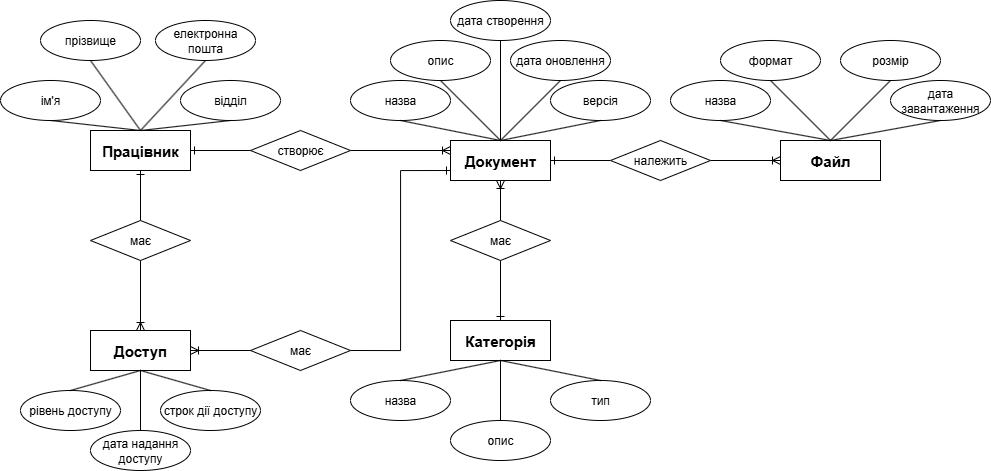
Pixe1Pa1/Databases_course keeps this draw.io diagram as lab1/BDLAB1_1.drawio.png. Above is the earlier version. Source tidied: cells renumbered, new cells last; positions are measured from the earlier drawing's top-left corner, leaving out a move shared by most shapes. The source it was exported from:
```xml
<mxGraphModel>
  <root>
    <mxCell id="0" />
    <mxCell id="1" parent="0" />
    <mxCell id="2" style="edgeStyle=orthogonalEdgeStyle;rounded=0;jettySize=auto;html=1;exitX=0.5;exitY=1;exitDx=0;exitDy=0;entryX=0.5;entryY=0;entryDx=0;entryDy=0;endArrow=none;endFill=0;startArrow=ERoneToMany;startFill=0;" parent="1" edge="1" source="4" target="53">
      <mxGeometry relative="1" as="geometry" />
    </mxCell>
    <mxCell id="3" style="edgeStyle=orthogonalEdgeStyle;rounded=0;jettySize=auto;html=1;exitX=1;exitY=0.5;exitDx=0;exitDy=0;endArrow=none;endFill=0;startArrow=ERone;startFill=0;" parent="1" edge="1" source="4" target="55">
      <mxGeometry relative="1" as="geometry" />
    </mxCell>
    <mxCell id="4" value="&lt;div style=&quot;text-align: left;&quot;&gt;&lt;span style=&quot;background-color: transparent; color: light-dark(rgb(0, 0, 0), rgb(255, 255, 255)); font-size: 15px;&quot;&gt;&lt;b&gt;Документ&lt;/b&gt;&lt;/span&gt;&lt;/div&gt;" style="whiteSpace=wrap;html=1;align=center;" parent="1" vertex="1">
      <mxGeometry x="450" y="140" width="100" height="40" as="geometry" />
    </mxCell>
    <mxCell id="5" style="rounded=0;jettySize=auto;html=1;entryX=0.5;entryY=1;entryDx=0;entryDy=0;endArrow=none;endFill=0;exitX=0.5;exitY=0;exitDx=0;exitDy=0;" parent="1" edge="1" source="8" target="13">
      <mxGeometry relative="1" as="geometry" />
    </mxCell>
    <mxCell id="6" style="edgeStyle=orthogonalEdgeStyle;rounded=0;jettySize=auto;html=1;exitX=1;exitY=0.5;exitDx=0;exitDy=0;entryX=0;entryY=0.5;entryDx=0;entryDy=0;endArrow=none;endFill=0;startArrow=ERone;startFill=0;" parent="1" edge="1" source="8" target="51">
      <mxGeometry relative="1" as="geometry" />
    </mxCell>
    <mxCell id="7" style="edgeStyle=orthogonalEdgeStyle;rounded=0;jettySize=auto;html=1;exitX=0.5;exitY=1;exitDx=0;exitDy=0;entryX=0.5;entryY=0;entryDx=0;entryDy=0;endArrow=none;endFill=0;startArrow=ERone;startFill=0;" parent="1" edge="1" source="8" target="57">
      <mxGeometry relative="1" as="geometry" />
    </mxCell>
    <mxCell id="8" value="&lt;strong style=&quot;font-size: 15px; text-align: left;&quot;&gt;Працівник&lt;/strong&gt;" style="whiteSpace=wrap;html=1;align=center;" parent="1" vertex="1">
      <mxGeometry x="90" y="130" width="100" height="40" as="geometry" />
    </mxCell>
    <mxCell id="9" value="&lt;strong style=&quot;font-size: 15px; text-align: left;&quot;&gt;Категорія&lt;/strong&gt;" style="whiteSpace=wrap;html=1;align=center;" parent="1" vertex="1">
      <mxGeometry x="450" y="320" width="100" height="40" as="geometry" />
    </mxCell>
    <mxCell id="10" value="&lt;strong style=&quot;font-size: 15px; text-align: left;&quot;&gt;Файл&lt;/strong&gt;" style="whiteSpace=wrap;html=1;align=center;" parent="1" vertex="1">
      <mxGeometry x="780" y="140" width="100" height="40" as="geometry" />
    </mxCell>
    <mxCell id="11" style="edgeStyle=orthogonalEdgeStyle;rounded=0;jettySize=auto;html=1;exitX=1;exitY=0.5;exitDx=0;exitDy=0;entryX=0;entryY=0.75;entryDx=0;entryDy=0;startArrow=none;startFill=0;endArrow=ERone;endFill=0;" parent="1" edge="1" source="59" target="4">
      <mxGeometry relative="1" as="geometry">
        <Array as="points">
          <mxPoint x="400" y="350" />
          <mxPoint x="400" y="170" />
        </Array>
      </mxGeometry>
    </mxCell>
    <mxCell id="12" value="&lt;strong style=&quot;font-size: 15px; text-align: left;&quot;&gt;Доступ&lt;/strong&gt;" style="whiteSpace=wrap;html=1;align=center;" parent="1" vertex="1">
      <mxGeometry x="90" y="330" width="100" height="40" as="geometry" />
    </mxCell>
    <mxCell id="13" value="ім'я" style="ellipse;whiteSpace=wrap;html=1;align=center;" parent="1" vertex="1">
      <mxGeometry y="80" width="100" height="40" as="geometry" />
    </mxCell>
    <mxCell id="14" value="прізвище" style="ellipse;whiteSpace=wrap;html=1;align=center;" parent="1" vertex="1">
      <mxGeometry x="40" y="20" width="100" height="40" as="geometry" />
    </mxCell>
    <mxCell id="15" value="електронна пошта" style="ellipse;whiteSpace=wrap;html=1;align=center;" parent="1" vertex="1">
      <mxGeometry x="155" y="20" width="100" height="40" as="geometry" />
    </mxCell>
    <mxCell id="16" value="відділ" style="ellipse;whiteSpace=wrap;html=1;align=center;" parent="1" vertex="1">
      <mxGeometry x="180" y="80" width="100" height="40" as="geometry" />
    </mxCell>
    <mxCell id="17" style="rounded=0;jettySize=auto;html=1;exitX=0.5;exitY=0;exitDx=0;exitDy=0;entryX=0.5;entryY=1;entryDx=0;entryDy=0;endArrow=none;endFill=0;" parent="1" edge="1" source="8" target="14">
      <mxGeometry relative="1" as="geometry" />
    </mxCell>
    <mxCell id="18" style="rounded=0;jettySize=auto;html=1;exitX=0.5;exitY=0;exitDx=0;exitDy=0;entryX=0.5;entryY=1;entryDx=0;entryDy=0;endArrow=none;endFill=0;" parent="1" edge="1" source="8" target="15">
      <mxGeometry relative="1" as="geometry" />
    </mxCell>
    <mxCell id="19" style="rounded=0;jettySize=auto;html=1;exitX=0.5;exitY=0;exitDx=0;exitDy=0;entryX=0.5;entryY=1;entryDx=0;entryDy=0;endArrow=none;endFill=0;" parent="1" edge="1" source="8" target="16">
      <mxGeometry relative="1" as="geometry" />
    </mxCell>
    <mxCell id="20" value="назва" style="ellipse;whiteSpace=wrap;html=1;align=center;" parent="1" vertex="1">
      <mxGeometry x="350" y="80" width="100" height="40" as="geometry" />
    </mxCell>
    <mxCell id="21" value="опис" style="ellipse;whiteSpace=wrap;html=1;align=center;" parent="1" vertex="1">
      <mxGeometry x="390" y="40" width="100" height="40" as="geometry" />
    </mxCell>
    <mxCell id="22" value="дата створення" style="ellipse;whiteSpace=wrap;html=1;align=center;" parent="1" vertex="1">
      <mxGeometry x="450" width="100" height="40" as="geometry" />
    </mxCell>
    <mxCell id="23" value="дата оновлення" style="ellipse;whiteSpace=wrap;html=1;align=center;" parent="1" vertex="1">
      <mxGeometry x="510" y="40" width="100" height="40" as="geometry" />
    </mxCell>
    <mxCell id="24" value="версія" style="ellipse;whiteSpace=wrap;html=1;align=center;" parent="1" vertex="1">
      <mxGeometry x="550" y="80" width="100" height="40" as="geometry" />
    </mxCell>
    <mxCell id="25" style="rounded=0;jettySize=auto;html=1;exitX=0.5;exitY=1;exitDx=0;exitDy=0;entryX=0.5;entryY=0;entryDx=0;entryDy=0;endArrow=none;endFill=0;" parent="1" edge="1" source="22" target="4">
      <mxGeometry relative="1" as="geometry" />
    </mxCell>
    <mxCell id="26" style="rounded=0;jettySize=auto;html=1;exitX=0.5;exitY=1;exitDx=0;exitDy=0;entryX=0.5;entryY=0;entryDx=0;entryDy=0;endArrow=none;endFill=0;" parent="1" edge="1" source="23" target="4">
      <mxGeometry relative="1" as="geometry" />
    </mxCell>
    <mxCell id="27" style="rounded=0;jettySize=auto;html=1;exitX=0.5;exitY=1;exitDx=0;exitDy=0;entryX=0.5;entryY=0;entryDx=0;entryDy=0;endArrow=none;endFill=0;" parent="1" edge="1" source="24" target="4">
      <mxGeometry relative="1" as="geometry" />
    </mxCell>
    <mxCell id="28" style="rounded=0;jettySize=auto;html=1;exitX=0.5;exitY=0;exitDx=0;exitDy=0;entryX=0.5;entryY=1;entryDx=0;entryDy=0;endArrow=none;endFill=0;" parent="1" edge="1" source="4" target="21">
      <mxGeometry relative="1" as="geometry" />
    </mxCell>
    <mxCell id="29" style="rounded=0;jettySize=auto;html=1;exitX=0.5;exitY=0;exitDx=0;exitDy=0;entryX=0.5;entryY=1;entryDx=0;entryDy=0;endArrow=none;endFill=0;" parent="1" edge="1" source="4" target="20">
      <mxGeometry relative="1" as="geometry" />
    </mxCell>
    <mxCell id="30" value="назва" style="ellipse;whiteSpace=wrap;html=1;align=center;" parent="1" vertex="1">
      <mxGeometry x="350" y="380" width="100" height="40" as="geometry" />
    </mxCell>
    <mxCell id="31" value="опис" style="ellipse;whiteSpace=wrap;html=1;align=center;" parent="1" vertex="1">
      <mxGeometry x="450" y="420" width="100" height="40" as="geometry" />
    </mxCell>
    <mxCell id="32" value="тип" style="ellipse;whiteSpace=wrap;html=1;align=center;" parent="1" vertex="1">
      <mxGeometry x="550" y="380" width="100" height="40" as="geometry" />
    </mxCell>
    <mxCell id="33" style="rounded=0;jettySize=auto;html=1;exitX=0.5;exitY=0;exitDx=0;exitDy=0;entryX=0.5;entryY=1;entryDx=0;entryDy=0;endArrow=none;endFill=0;" parent="1" edge="1" source="32" target="9">
      <mxGeometry relative="1" as="geometry" />
    </mxCell>
    <mxCell id="34" style="rounded=0;jettySize=auto;html=1;exitX=0.5;exitY=1;exitDx=0;exitDy=0;entryX=0.5;entryY=0;entryDx=0;entryDy=0;endArrow=none;endFill=0;" parent="1" edge="1" source="9" target="31">
      <mxGeometry relative="1" as="geometry" />
    </mxCell>
    <mxCell id="35" style="rounded=0;jettySize=auto;html=1;exitX=0.5;exitY=1;exitDx=0;exitDy=0;entryX=0.5;entryY=0;entryDx=0;entryDy=0;endArrow=none;endFill=0;" parent="1" edge="1" source="9" target="30">
      <mxGeometry relative="1" as="geometry" />
    </mxCell>
    <mxCell id="36" value="назва" style="ellipse;whiteSpace=wrap;html=1;align=center;" parent="1" vertex="1">
      <mxGeometry x="670" y="80" width="100" height="40" as="geometry" />
    </mxCell>
    <mxCell id="37" value="формат" style="ellipse;whiteSpace=wrap;html=1;align=center;" parent="1" vertex="1">
      <mxGeometry x="720" y="40" width="100" height="40" as="geometry" />
    </mxCell>
    <mxCell id="38" value="розмір" style="ellipse;whiteSpace=wrap;html=1;align=center;" parent="1" vertex="1">
      <mxGeometry x="840" y="40" width="100" height="40" as="geometry" />
    </mxCell>
    <mxCell id="39" value="дата завантаження" style="ellipse;whiteSpace=wrap;html=1;align=center;" parent="1" vertex="1">
      <mxGeometry x="890" y="80" width="100" height="40" as="geometry" />
    </mxCell>
    <mxCell id="40" style="rounded=0;jettySize=auto;html=1;exitX=0.5;exitY=0;exitDx=0;exitDy=0;entryX=0.5;entryY=1;entryDx=0;entryDy=0;endArrow=none;endFill=0;" parent="1" edge="1" source="10" target="36">
      <mxGeometry relative="1" as="geometry" />
    </mxCell>
    <mxCell id="41" style="rounded=0;jettySize=auto;html=1;exitX=0.5;exitY=0;exitDx=0;exitDy=0;entryX=0.5;entryY=1;entryDx=0;entryDy=0;endArrow=none;endFill=0;" parent="1" edge="1" source="10" target="37">
      <mxGeometry relative="1" as="geometry" />
    </mxCell>
    <mxCell id="42" style="rounded=0;jettySize=auto;html=1;exitX=0.5;exitY=1;exitDx=0;exitDy=0;endArrow=none;endFill=0;entryX=0.5;entryY=0;entryDx=0;entryDy=0;" parent="1" edge="1" source="38" target="10">
      <mxGeometry relative="1" as="geometry" />
    </mxCell>
    <mxCell id="43" style="rounded=0;jettySize=auto;html=1;exitX=0.5;exitY=1;exitDx=0;exitDy=0;entryX=0.5;entryY=0;entryDx=0;entryDy=0;endArrow=none;endFill=0;" parent="1" edge="1" source="39" target="10">
      <mxGeometry relative="1" as="geometry" />
    </mxCell>
    <mxCell id="44" value="рівень доступу" style="ellipse;whiteSpace=wrap;html=1;align=center;" parent="1" vertex="1">
      <mxGeometry x="20" y="390" width="100" height="40" as="geometry" />
    </mxCell>
    <mxCell id="45" value="дата надання доступу" style="ellipse;whiteSpace=wrap;html=1;align=center;" parent="1" vertex="1">
      <mxGeometry x="90" y="430" width="100" height="40" as="geometry" />
    </mxCell>
    <mxCell id="46" value="строк дії доступу" style="ellipse;whiteSpace=wrap;html=1;align=center;" parent="1" vertex="1">
      <mxGeometry x="160" y="390" width="100" height="40" as="geometry" />
    </mxCell>
    <mxCell id="47" style="rounded=0;jettySize=auto;html=1;exitX=0.5;exitY=1;exitDx=0;exitDy=0;entryX=0.5;entryY=0;entryDx=0;entryDy=0;endArrow=none;endFill=0;" parent="1" edge="1" source="12" target="44">
      <mxGeometry relative="1" as="geometry" />
    </mxCell>
    <mxCell id="48" style="rounded=0;jettySize=auto;html=1;exitX=0.5;exitY=1;exitDx=0;exitDy=0;entryX=0.5;entryY=0;entryDx=0;entryDy=0;endArrow=none;endFill=0;" parent="1" edge="1" source="12" target="45">
      <mxGeometry relative="1" as="geometry" />
    </mxCell>
    <mxCell id="49" style="rounded=0;jettySize=auto;html=1;exitX=0.5;exitY=1;exitDx=0;exitDy=0;entryX=0.5;entryY=0;entryDx=0;entryDy=0;endArrow=none;endFill=0;" parent="1" edge="1" source="12" target="46">
      <mxGeometry relative="1" as="geometry" />
    </mxCell>
    <mxCell id="50" style="edgeStyle=orthogonalEdgeStyle;rounded=0;jettySize=auto;html=1;exitX=1;exitY=0.5;exitDx=0;exitDy=0;endArrow=ERoneToMany;endFill=0;entryX=0;entryY=0.25;entryDx=0;entryDy=0;" parent="1" edge="1" source="51" target="4">
      <mxGeometry relative="1" as="geometry" />
    </mxCell>
    <mxCell id="51" value="створює" style="rhombus;whiteSpace=wrap;html=1;" parent="1" vertex="1">
      <mxGeometry x="250" y="130" width="100" height="40" as="geometry" />
    </mxCell>
    <mxCell id="52" style="edgeStyle=orthogonalEdgeStyle;rounded=0;jettySize=auto;html=1;exitX=0.5;exitY=1;exitDx=0;exitDy=0;entryX=0.5;entryY=0;entryDx=0;entryDy=0;endArrow=ERone;endFill=0;" parent="1" edge="1" source="53" target="9">
      <mxGeometry relative="1" as="geometry" />
    </mxCell>
    <mxCell id="53" value="має" style="rhombus;whiteSpace=wrap;html=1;" parent="1" vertex="1">
      <mxGeometry x="450" y="220" width="100" height="40" as="geometry" />
    </mxCell>
    <mxCell id="54" style="edgeStyle=orthogonalEdgeStyle;rounded=0;jettySize=auto;html=1;exitX=1;exitY=0.5;exitDx=0;exitDy=0;entryX=0;entryY=0.5;entryDx=0;entryDy=0;endArrow=ERoneToMany;endFill=0;" parent="1" edge="1" source="55" target="10">
      <mxGeometry relative="1" as="geometry" />
    </mxCell>
    <mxCell id="55" value="належить" style="rhombus;whiteSpace=wrap;html=1;" parent="1" vertex="1">
      <mxGeometry x="610" y="140" width="100" height="40" as="geometry" />
    </mxCell>
    <mxCell id="56" style="edgeStyle=orthogonalEdgeStyle;rounded=0;jettySize=auto;html=1;exitX=0.5;exitY=1;exitDx=0;exitDy=0;entryX=0.5;entryY=0;entryDx=0;entryDy=0;endArrow=ERoneToMany;endFill=0;" parent="1" edge="1" source="57" target="12">
      <mxGeometry relative="1" as="geometry" />
    </mxCell>
    <mxCell id="57" value="має" style="rhombus;whiteSpace=wrap;html=1;" parent="1" vertex="1">
      <mxGeometry x="90" y="220" width="100" height="40" as="geometry" />
    </mxCell>
    <mxCell id="58" style="edgeStyle=orthogonalEdgeStyle;rounded=0;jettySize=auto;html=1;exitX=1;exitY=0.5;exitDx=0;exitDy=0;entryX=0;entryY=0.5;entryDx=0;entryDy=0;startArrow=ERoneToMany;startFill=0;endArrow=none;endFill=0;" parent="1" edge="1" source="12" target="59">
      <mxGeometry relative="1" as="geometry" />
    </mxCell>
    <mxCell id="59" value="має" style="rhombus;whiteSpace=wrap;html=1;" parent="1" vertex="1">
      <mxGeometry x="250" y="330" width="100" height="40" as="geometry" />
    </mxCell>
  </root>
</mxGraphModel>
```
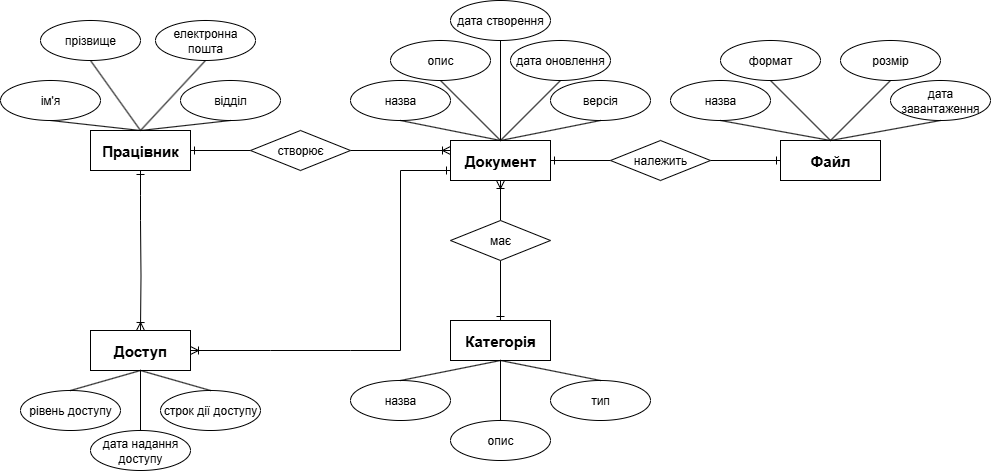
After the change.

Change to the diagram source:
```diff
@@ -17,8 +17,10 @@
     <mxCell id="6" style="edgeStyle=orthogonalEdgeStyle;rounded=0;jettySize=auto;html=1;exitX=1;exitY=0.5;exitDx=0;exitDy=0;entryX=0;entryY=0.5;entryDx=0;entryDy=0;endArrow=none;endFill=0;startArrow=ERone;startFill=0;" parent="1" edge="1" source="8" target="51">
       <mxGeometry relative="1" as="geometry" />
     </mxCell>
-    <mxCell id="7" style="edgeStyle=orthogonalEdgeStyle;rounded=0;jettySize=auto;html=1;exitX=0.5;exitY=1;exitDx=0;exitDy=0;entryX=0.5;entryY=0;entryDx=0;entryDy=0;endArrow=none;endFill=0;startArrow=ERone;startFill=0;" parent="1" edge="1" source="8" target="57">
-      <mxGeometry relative="1" as="geometry" />
+    <mxCell id="7" style="edgeStyle=orthogonalEdgeStyle;rounded=0;jettySize=auto;html=1;exitX=0.5;exitY=1;exitDx=0;exitDy=0;entryX=0.5;entryY=0;entryDx=0;entryDy=0;endArrow=none;endFill=0;startArrow=ERone;startFill=0;" parent="1" edge="1" source="8">
+      <mxGeometry relative="1" as="geometry">
+        <mxPoint x="140" y="220" as="targetPoint" />
+      </mxGeometry>
     </mxCell>
     <mxCell id="8" value="&lt;strong style=&quot;font-size: 15px; text-align: left;&quot;&gt;Працівник&lt;/strong&gt;" style="whiteSpace=wrap;html=1;align=center;" parent="1" vertex="1">
       <mxGeometry x="90" y="130" width="100" height="40" as="geometry" />
@@ -29,8 +31,9 @@
     <mxCell id="10" value="&lt;strong style=&quot;font-size: 15px; text-align: left;&quot;&gt;Файл&lt;/strong&gt;" style="whiteSpace=wrap;html=1;align=center;" parent="1" vertex="1">
       <mxGeometry x="780" y="140" width="100" height="40" as="geometry" />
     </mxCell>
-    <mxCell id="11" style="edgeStyle=orthogonalEdgeStyle;rounded=0;jettySize=auto;html=1;exitX=1;exitY=0.5;exitDx=0;exitDy=0;entryX=0;entryY=0.75;entryDx=0;entryDy=0;startArrow=none;startFill=0;endArrow=ERone;endFill=0;" parent="1" edge="1" source="59" target="4">
+    <mxCell id="11" style="edgeStyle=orthogonalEdgeStyle;rounded=0;jettySize=auto;html=1;exitX=1;exitY=0.5;exitDx=0;exitDy=0;entryX=0;entryY=0.75;entryDx=0;entryDy=0;startArrow=none;startFill=0;endArrow=ERone;endFill=0;" parent="1" edge="1" target="4">
       <mxGeometry relative="1" as="geometry">
+        <mxPoint x="350" y="350" as="sourcePoint" />
         <Array as="points">
           <mxPoint x="400" y="350" />
           <mxPoint x="400" y="170" />
@@ -163,23 +166,21 @@
     <mxCell id="53" value="має" style="rhombus;whiteSpace=wrap;html=1;" parent="1" vertex="1">
       <mxGeometry x="450" y="220" width="100" height="40" as="geometry" />
     </mxCell>
-    <mxCell id="54" style="edgeStyle=orthogonalEdgeStyle;rounded=0;jettySize=auto;html=1;exitX=1;exitY=0.5;exitDx=0;exitDy=0;entryX=0;entryY=0.5;entryDx=0;entryDy=0;endArrow=ERoneToMany;endFill=0;" parent="1" edge="1" source="55" target="10">
+    <mxCell id="54" style="edgeStyle=orthogonalEdgeStyle;rounded=0;jettySize=auto;html=1;exitX=1;exitY=0.5;exitDx=0;exitDy=0;entryX=0;entryY=0.5;entryDx=0;entryDy=0;endArrow=ERone;endFill=0;" parent="1" edge="1" source="55" target="10">
       <mxGeometry relative="1" as="geometry" />
     </mxCell>
     <mxCell id="55" value="належить" style="rhombus;whiteSpace=wrap;html=1;" parent="1" vertex="1">
       <mxGeometry x="610" y="140" width="100" height="40" as="geometry" />
     </mxCell>
-    <mxCell id="56" style="edgeStyle=orthogonalEdgeStyle;rounded=0;jettySize=auto;html=1;exitX=0.5;exitY=1;exitDx=0;exitDy=0;entryX=0.5;entryY=0;entryDx=0;entryDy=0;endArrow=ERoneToMany;endFill=0;" parent="1" edge="1" source="57" target="12">
-      <mxGeometry relative="1" as="geometry" />
+    <mxCell id="56" style="edgeStyle=orthogonalEdgeStyle;rounded=0;jettySize=auto;html=1;entryX=0.5;entryY=0;entryDx=0;entryDy=0;endArrow=ERoneToMany;endFill=0;" parent="1" edge="1" target="12">
+      <mxGeometry relative="1" as="geometry">
+        <mxPoint x="140" y="220" as="sourcePoint" />
+      </mxGeometry>
     </mxCell>
-    <mxCell id="57" value="має" style="rhombus;whiteSpace=wrap;html=1;" parent="1" vertex="1">
-      <mxGeometry x="90" y="220" width="100" height="40" as="geometry" />
-    </mxCell>
-    <mxCell id="58" style="edgeStyle=orthogonalEdgeStyle;rounded=0;jettySize=auto;html=1;exitX=1;exitY=0.5;exitDx=0;exitDy=0;entryX=0;entryY=0.5;entryDx=0;entryDy=0;startArrow=ERoneToMany;startFill=0;endArrow=none;endFill=0;" parent="1" edge="1" source="12" target="59">
-      <mxGeometry relative="1" as="geometry" />
+    <mxCell id="58" style="edgeStyle=orthogonalEdgeStyle;rounded=0;jettySize=auto;html=1;exitX=1;exitY=0.5;exitDx=0;exitDy=0;startArrow=ERoneToMany;startFill=0;endArrow=none;endFill=0;" parent="1" edge="1" source="12">
+      <mxGeometry relative="1" as="geometry">
+        <mxPoint x="350" y="350" as="targetPoint" />
+      </mxGeometry>
     </mxCell>
-    <mxCell id="59" value="має" style="rhombus;whiteSpace=wrap;html=1;" parent="1" vertex="1">
-      <mxGeometry x="250" y="330" width="100" height="40" as="geometry" />
-    </mxCell>
   </root>
 </mxGraphModel>
```
